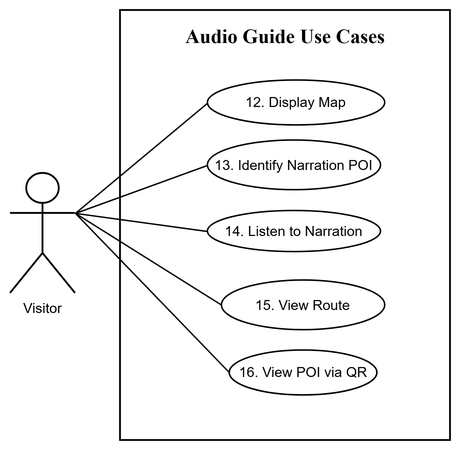
This is Mo_hinh/usecase/final_usecase_TM.drawio.png from NgocThao0412/Project_CNPM, a draw.io export, as it was before one commit. Source tidied: cells renumbered, new cells last; positions are measured from the earlier drawing's top-left corner, leaving out a move shared by most shapes. Its diagram source:
```xml
<mxGraphModel>
  <root>
    <mxCell id="0" />
    <mxCell id="1" parent="0" />
    <mxCell id="2" style="rounded=0;arcSize=8;whiteSpace=wrap;html=1;fillColor=none;strokeWidth=1.8;" parent="1" vertex="1">
      <mxGeometry x="110" width="330" height="430" as="geometry" />
    </mxCell>
    <mxCell id="3" value="Visitor" style="shape=umlActor;verticalLabelPosition=bottom;verticalAlign=top;html=1;outlineConnect=0;fillColor=none;strokeWidth=1.8;fontSize=14;" parent="1" vertex="1">
      <mxGeometry y="162.9" width="65" height="120" as="geometry" />
    </mxCell>
    <mxCell id="4" value="12. Display Map" style="ellipse;whiteSpace=wrap;html=1;strokeWidth=1.5;fontSize=14;fillColor=none;" parent="1" vertex="1">
      <mxGeometry x="197.4" y="70" width="177.3" height="44.9" as="geometry" />
    </mxCell>
    <mxCell id="5" value="13. Identify Narration POI" style="ellipse;whiteSpace=wrap;html=1;strokeWidth=1.5;fontSize=14;fillColor=none;" parent="1" vertex="1">
      <mxGeometry x="197.4" y="130" width="173.1" height="49.6" as="geometry" />
    </mxCell>
    <mxCell id="6" value="14. Listen to Narration" style="ellipse;whiteSpace=wrap;html=1;strokeWidth=1.5;fontSize=14;fillColor=none;" parent="1" vertex="1">
      <mxGeometry x="197.4" y="200.5" width="173.1" height="41.1" as="geometry" />
    </mxCell>
    <mxCell id="7" value="15. View Route" style="ellipse;whiteSpace=wrap;html=1;strokeWidth=1.5;fontSize=14;fillColor=none;" parent="1" vertex="1">
      <mxGeometry x="211.4" y="270" width="163.2" height="49.6" as="geometry" />
    </mxCell>
    <mxCell id="8" style="endArrow=none;html=1;rounded=0;strokeWidth=1.4;fillColor=none;entryX=0;entryY=0.5;entryDx=0;entryDy=0;exitX=1;exitY=0.3333333333333333;exitDx=0;exitDy=0;exitPerimeter=0;" parent="1" edge="1" source="3" target="4">
      <mxGeometry relative="1" as="geometry" />
    </mxCell>
    <mxCell id="9" style="endArrow=none;html=1;rounded=0;strokeWidth=1.4;fillColor=none;entryX=0;entryY=0.5;entryDx=0;entryDy=0;exitX=1;exitY=0.3333333333333333;exitDx=0;exitDy=0;exitPerimeter=0;" parent="1" edge="1" source="3" target="5">
      <mxGeometry relative="1" as="geometry" />
    </mxCell>
    <mxCell id="10" style="endArrow=none;html=1;rounded=0;strokeWidth=1.4;fillColor=none;entryX=0;entryY=0.5;entryDx=0;entryDy=0;exitX=1;exitY=0.3333333333333333;exitDx=0;exitDy=0;exitPerimeter=0;" parent="1" edge="1" source="3" target="6">
      <mxGeometry relative="1" as="geometry" />
    </mxCell>
    <mxCell id="11" style="endArrow=none;html=1;rounded=0;strokeWidth=1.4;fillColor=none;entryX=0;entryY=0.5;entryDx=0;entryDy=0;exitX=1;exitY=0.3333333333333333;exitDx=0;exitDy=0;exitPerimeter=0;" parent="1" edge="1" source="3" target="7">
      <mxGeometry relative="1" as="geometry" />
    </mxCell>
    <mxCell id="12" value="&lt;font face=&quot;Times New Roman&quot; style=&quot;font-size: 20px;&quot;&gt;Audio Guide Use Cases&lt;/font&gt;" style="text;html=1;whiteSpace=wrap;strokeColor=none;fillColor=none;align=center;verticalAlign=middle;rounded=0;fontStyle=1;" parent="1" vertex="1">
      <mxGeometry x="121" y="10" width="307.9" height="30" as="geometry" />
    </mxCell>
    <mxCell id="13" value="16. View POI via QR" style="ellipse;whiteSpace=wrap;html=1;strokeWidth=1.5;fontSize=14;fillColor=none;" parent="1" vertex="1">
      <mxGeometry x="219.2" y="340" width="147.7" height="44.9" as="geometry" />
    </mxCell>
    <mxCell id="14" style="endArrow=none;html=1;rounded=0;strokeWidth=1.4;fillColor=none;entryX=0;entryY=0.5;entryDx=0;entryDy=0;exitX=1;exitY=0.3333333333333333;exitDx=0;exitDy=0;exitPerimeter=0;" parent="1" edge="1" source="3" target="13">
      <mxGeometry relative="1" as="geometry" />
    </mxCell>
  </root>
</mxGraphModel>
```
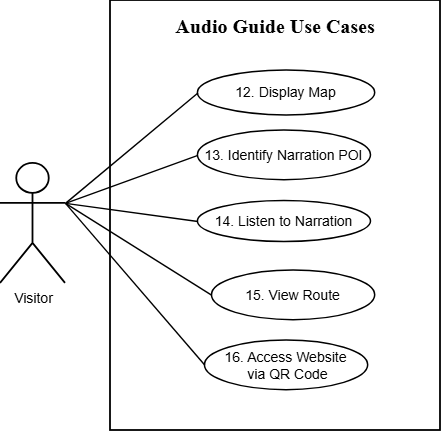
The same diagram one commit later.

Diff of the diagram source:
```diff
@@ -35,8 +35,8 @@
     <mxCell id="12" value="&lt;font face=&quot;Times New Roman&quot; style=&quot;font-size: 20px;&quot;&gt;Audio Guide Use Cases&lt;/font&gt;" style="text;html=1;whiteSpace=wrap;strokeColor=none;fillColor=none;align=center;verticalAlign=middle;rounded=0;fontStyle=1;" parent="1" vertex="1">
       <mxGeometry x="121" y="10" width="307.9" height="30" as="geometry" />
     </mxCell>
-    <mxCell id="13" value="16. View POI via QR" style="ellipse;whiteSpace=wrap;html=1;strokeWidth=1.5;fontSize=14;fillColor=none;" parent="1" vertex="1">
-      <mxGeometry x="219.2" y="340" width="147.7" height="44.9" as="geometry" />
+    <mxCell id="13" value="&lt;font&gt;16.&amp;nbsp;&lt;span style=&quot;background-color: transparent; color: light-dark(#000000, var(--ge-light-color, #ffffff));&quot;&gt;Access Website&lt;/span&gt;&lt;/font&gt;&lt;div&gt;&lt;font&gt;&lt;span style=&quot;background-color: transparent; color: light-dark(#000000, var(--ge-light-color, #ffffff));&quot;&gt;&amp;nbsp;via QR Code&lt;/span&gt;&lt;/font&gt;&lt;/div&gt;" style="ellipse;whiteSpace=wrap;html=1;strokeWidth=1.5;fontSize=14;fillColor=none;" parent="1" vertex="1">
+      <mxGeometry x="204.4" y="340" width="163.3" height="49.6" as="geometry" />
     </mxCell>
     <mxCell id="14" style="endArrow=none;html=1;rounded=0;strokeWidth=1.4;fillColor=none;entryX=0;entryY=0.5;entryDx=0;entryDy=0;exitX=1;exitY=0.3333333333333333;exitDx=0;exitDy=0;exitPerimeter=0;" parent="1" edge="1" source="3" target="13">
       <mxGeometry relative="1" as="geometry" />
```
